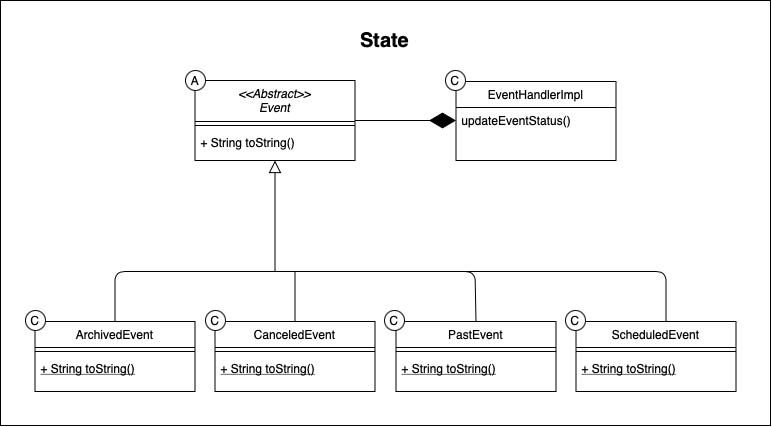
This is diagrams/State.png from wsczd11/SENG301-Event_Manager, a draw.io export, as it was before one commit. Source tidied: cells renumbered, new cells last; positions are measured from the earlier drawing's top-left corner, leaving out a move shared by most shapes.
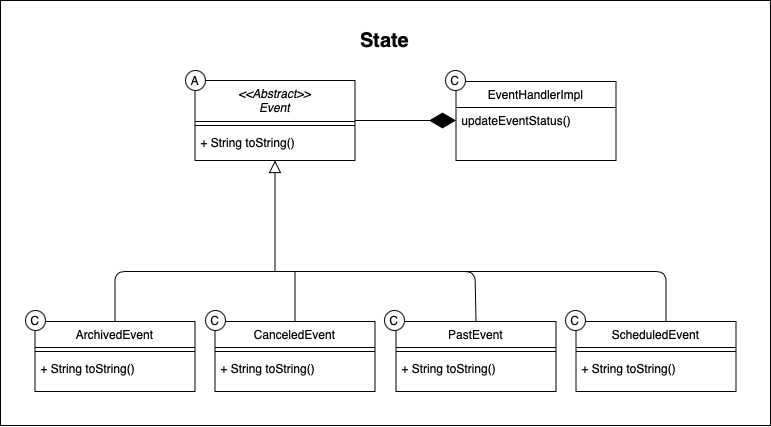
After the change.

Diff of the diagram source:
```diff
@@ -20,7 +20,7 @@
     <mxCell id="7" style="line;html=1;strokeWidth=1;align=left;verticalAlign=middle;spacingTop=-1;spacingLeft=3;spacingRight=3;labelPosition=right;" parent="6" vertex="1">
       <mxGeometry y="26" width="160" height="8" as="geometry" />
     </mxCell>
-    <mxCell id="8" value="+ String toString()" style="text;align=left;verticalAlign=top;spacingLeft=4;spacingRight=4;overflow=hidden;fontStyle=4;" parent="6" vertex="1">
+    <mxCell id="8" value="+ String toString()" style="text;align=left;verticalAlign=top;spacingLeft=4;spacingRight=4;overflow=hidden;fontStyle=0;" parent="6" vertex="1">
       <mxGeometry y="34" width="160" height="26" as="geometry" />
     </mxCell>
     <mxCell id="9" value="CanceledEvent" style="swimlane;fontStyle=0;align=center;verticalAlign=top;horizontal=1;startSize=26;rounded=0;shadow=0;strokeWidth=1;" parent="1" vertex="1">
@@ -29,7 +29,7 @@
     <mxCell id="10" style="line;html=1;strokeWidth=1;align=left;verticalAlign=middle;spacingTop=-1;spacingLeft=3;spacingRight=3;labelPosition=right;" parent="9" vertex="1">
       <mxGeometry y="26" width="160" height="8" as="geometry" />
     </mxCell>
-    <mxCell id="11" value="+ String toString()" style="text;align=left;verticalAlign=top;spacingLeft=4;spacingRight=4;overflow=hidden;fontStyle=4;" parent="9" vertex="1">
+    <mxCell id="11" value="+ String toString()" style="text;align=left;verticalAlign=top;spacingLeft=4;spacingRight=4;overflow=hidden;fontStyle=0;" parent="9" vertex="1">
       <mxGeometry y="34" width="160" height="26" as="geometry" />
     </mxCell>
     <mxCell id="12" style="endArrow=block;endSize=10;endFill=0;shadow=0;strokeWidth=1;rounded=0;edgeStyle=elbowEdgeStyle;elbow=vertical;entryX=0.5;entryY=1;entryDx=0;entryDy=0;exitX=0.5;exitY=0;exitDx=0;exitDy=0;" parent="1" edge="1" source="9" target="3">
@@ -51,7 +51,7 @@
     <mxCell id="16" style="line;html=1;strokeWidth=1;align=left;verticalAlign=middle;spacingTop=-1;spacingLeft=3;spacingRight=3;labelPosition=right;" parent="15" vertex="1">
       <mxGeometry y="26" width="160" height="8" as="geometry" />
     </mxCell>
-    <mxCell id="17" value="+ String toString()" style="text;align=left;verticalAlign=top;spacingLeft=4;spacingRight=4;overflow=hidden;fontStyle=4;" parent="15" vertex="1">
+    <mxCell id="17" value="+ String toString()" style="text;align=left;verticalAlign=top;spacingLeft=4;spacingRight=4;overflow=hidden;fontStyle=0;" parent="15" vertex="1">
       <mxGeometry y="34" width="160" height="26" as="geometry" />
     </mxCell>
     <mxCell id="18" value="ScheduledEvent" style="swimlane;fontStyle=0;align=center;verticalAlign=top;horizontal=1;startSize=26;rounded=0;shadow=0;strokeWidth=1;" parent="1" vertex="1">
@@ -60,7 +60,7 @@
     <mxCell id="19" style="line;html=1;strokeWidth=1;align=left;verticalAlign=middle;spacingTop=-1;spacingLeft=3;spacingRight=3;labelPosition=right;" parent="18" vertex="1">
       <mxGeometry y="26" width="160" height="8" as="geometry" />
     </mxCell>
-    <mxCell id="20" value="+ String toString()" style="text;align=left;verticalAlign=top;spacingLeft=4;spacingRight=4;overflow=hidden;fontStyle=4;" parent="18" vertex="1">
+    <mxCell id="20" value="+ String toString()" style="text;align=left;verticalAlign=top;spacingLeft=4;spacingRight=4;overflow=hidden;fontStyle=0;" parent="18" vertex="1">
       <mxGeometry y="34" width="160" height="26" as="geometry" />
     </mxCell>
     <mxCell id="21" style="endArrow=none;html=1;entryX=0.5;entryY=0;entryDx=0;entryDy=0;" parent="1" edge="1" target="15">
```
